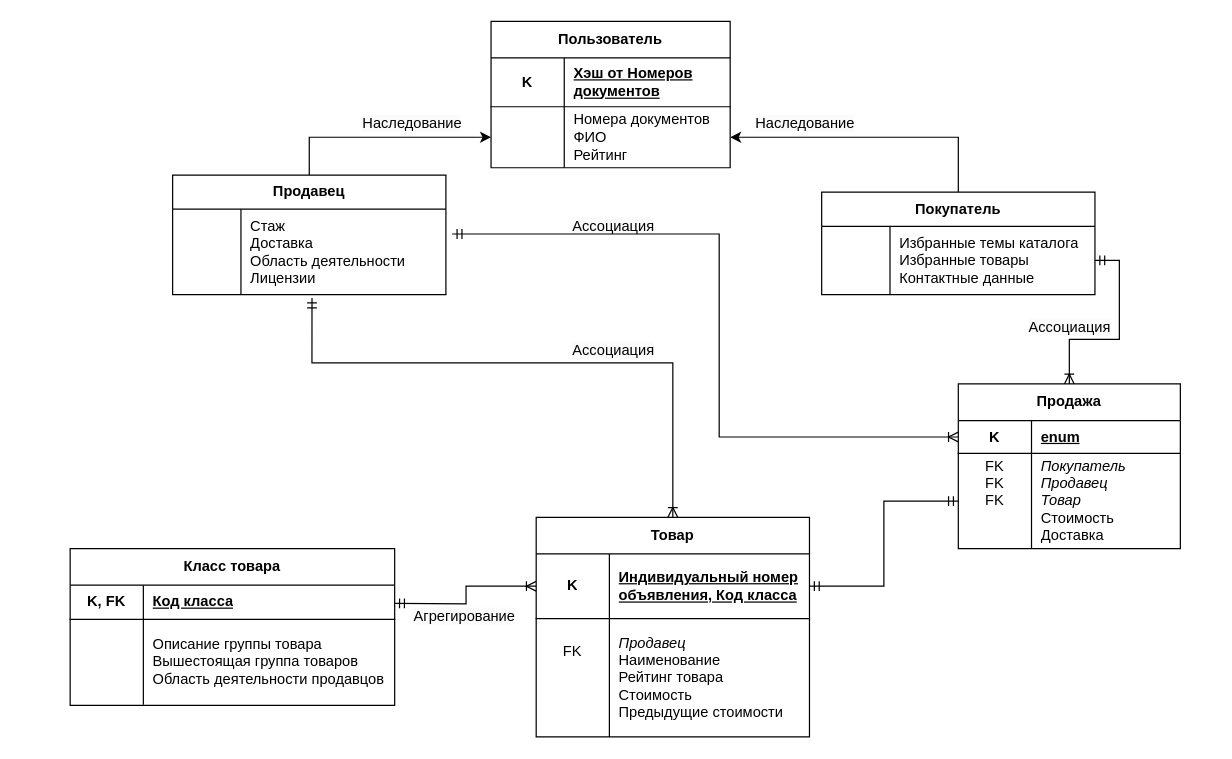
The draw.io diagram page "Страница — 2" (2 of 2) of Диаграмма без названия.drawio in Djuckman/Compilers2, before the edit. Source tidied: cells renumbered, new cells numbered last; positions are measured from the earlier drawing's top-left corner, leaving out a move shared by most shapes. Both pictures are drawn from the tidied source at 122%, with x=0, y=0 at pixel (70, 21).
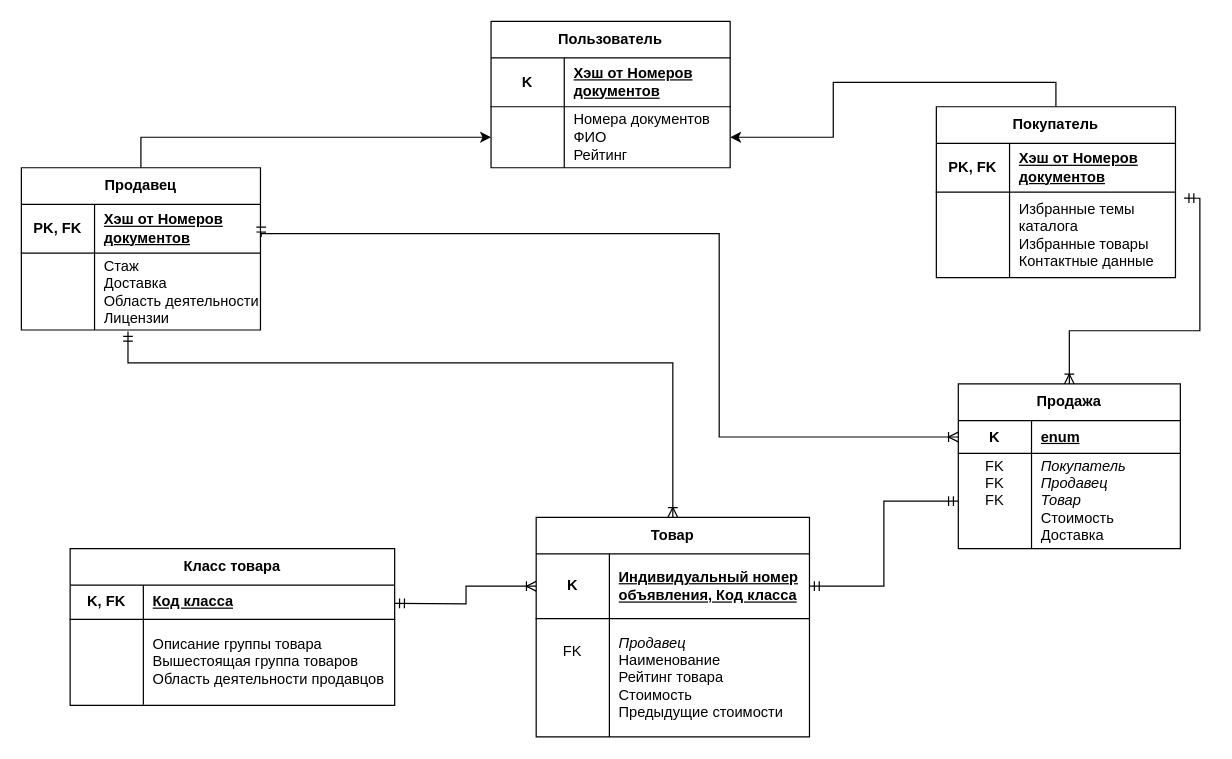
The same page after the edit.

The change refers to these unchanged cells:
```xml
<mxCell id="6" style="shape=tableRow;horizontal=0;startSize=0;swimlaneHead=0;swimlaneBody=0;fillColor=none;points=[[0,0.5],[1,0.5]];portConstraint=eastwest;top=0;left=0;right=0;bottom=0;html=1;" parent="2" vertex="1">
  <mxGeometry y="70" width="196" height="50" as="geometry" />
</mxCell>
<mxCell id="24" value="Продажа" style="shape=table;startSize=30;childLayout=tableLayout;rowLines=0;fontStyle=1;align=center;html=1;whiteSpace=wrap;" parent="1" vertex="1">
  <mxGeometry x="728" y="297.2" width="182" height="135" as="geometry" />
</mxCell>
<mxCell id="25" style="shape=tableRow;horizontal=0;startSize=0;swimlaneHead=0;swimlaneBody=0;fillColor=none;points=[[0,0.5],[1,0.5]];portConstraint=eastwest;top=0;left=0;right=0;bottom=1;html=1;" parent="24" vertex="1">
  <mxGeometry y="30" width="182" height="27" as="geometry" />
</mxCell>
<mxCell id="32" value="Товар" style="shape=table;startSize=30;childLayout=tableLayout;rowLines=0;fontStyle=1;align=center;html=1;whiteSpace=wrap;" parent="1" vertex="1">
  <mxGeometry x="382" y="406.5" width="224" height="180" as="geometry" />
</mxCell>
```

Change to the diagram source:
```diff
@@
-    <mxCell id="10" value="Покупатель" style="shape=table;startSize=28;childLayout=tableLayout;rowLines=0;fontStyle=1;align=center;html=1;whiteSpace=wrap;" parent="1" vertex="1">
-      <mxGeometry x="616" y="140" width="224" height="84" as="geometry" />
-    </mxCell>
-    <mxCell id="11" style="shape=tableRow;horizontal=0;startSize=0;swimlaneHead=0;swimlaneBody=0;fillColor=none;points=[[0,0.5],[1,0.5]];portConstraint=eastwest;top=0;left=0;right=0;bottom=0;html=1;" parent="10" vertex="1">
-      <mxGeometry y="28" width="224" height="56" as="geometry" />
-    </mxCell>
-    <mxCell id="12" style="shape=partialRectangle;fillColor=none;top=0;left=0;bottom=0;right=0;overflow=hidden;html=1;whiteSpace=wrap;" parent="11" vertex="1">
-      <mxGeometry width="56" height="56" as="geometry" />
-    </mxCell>
-    <mxCell id="13" value="&lt;div&gt;Избранные темы каталога&lt;br&gt;&lt;/div&gt;Избранные товары&lt;div&gt;&lt;div&gt;Контактные данные&lt;/div&gt;&lt;/div&gt;" style="shape=partialRectangle;fillColor=none;top=0;left=0;bottom=0;right=0;align=left;spacingLeft=6;overflow=hidden;html=1;whiteSpace=wrap;" parent="11" vertex="1">
-      <mxGeometry x="56" width="168" height="56" as="geometry" />
-    </mxCell>
-    <mxCell id="14" value="Продавец" style="shape=table;startSize=28;childLayout=tableLayout;rowLines=0;fontStyle=1;align=center;html=1;whiteSpace=wrap;" parent="1" vertex="1">
-      <mxGeometry x="84" y="126" width="224" height="98" as="geometry" />
-    </mxCell>
-    <mxCell id="15" style="shape=tableRow;horizontal=0;startSize=0;swimlaneHead=0;swimlaneBody=0;fillColor=none;points=[[0,0.5],[1,0.5]];portConstraint=eastwest;top=0;left=0;right=0;bottom=0;html=1;" parent="14" vertex="1">
-      <mxGeometry y="28" width="224" height="70" as="geometry" />
-    </mxCell>
-    <mxCell id="16" style="shape=partialRectangle;fillColor=none;top=0;left=0;bottom=0;right=0;overflow=hidden;html=1;whiteSpace=wrap;" parent="15" vertex="1">
-      <mxGeometry width="56" height="70" as="geometry" />
-    </mxCell>
-    <mxCell id="17" value="Стаж&lt;div&gt;&lt;div&gt;Доставка&lt;/div&gt;&lt;/div&gt;&lt;div&gt;Область деятельности&lt;/div&gt;&lt;div&gt;Лицензии&lt;/div&gt;" style="shape=partialRectangle;fillColor=none;top=0;left=0;bottom=0;right=0;align=left;spacingLeft=6;overflow=hidden;html=1;whiteSpace=wrap;" parent="15" vertex="1">
-      <mxGeometry x="56" width="168" height="70" as="geometry" />
-    </mxCell>
@@
-    <mxCell id="20" value="&lt;span style=&quot;color: rgb(0, 0, 0); font-family: Helvetica; font-size: 12px; font-style: normal; font-variant-ligatures: normal; font-variant-caps: normal; font-weight: 400; letter-spacing: normal; orphans: 2; text-align: left; text-indent: 0px; text-transform: none; widows: 2; word-spacing: 0px; -webkit-text-stroke-width: 0px; white-space: normal; background-color: rgb(251, 251, 251); text-decoration-thickness: initial; text-decoration-style: initial; text-decoration-color: initial; display: inline !important; float: none;&quot;&gt;Наследование&lt;/span&gt;" style="text;whiteSpace=wrap;html=1;" parent="1" vertex="1">
-      <mxGeometry x="560" y="70" width="84" height="28" as="geometry" />
-    </mxCell>
-    <mxCell id="21" style="edgeStyle=orthogonalEdgeStyle;rounded=0;jettySize=auto;html=1;exitX=0.5;exitY=0;exitDx=0;exitDy=0;entryX=0;entryY=0.5;entryDx=0;entryDy=0;" parent="1" edge="1" source="14" target="6">
+    <mxCell id="21" style="edgeStyle=orthogonalEdgeStyle;rounded=0;jettySize=auto;html=1;entryX=0;entryY=0.5;entryDx=0;entryDy=0;exitX=0.5;exitY=0;exitDx=0;exitDy=0;" parent="1" edge="1" source="14" target="6">
       <mxGeometry relative="1" as="geometry" />
     </mxCell>
-    <mxCell id="22" value="&lt;span style=&quot;color: rgb(0, 0, 0); font-family: Helvetica; font-size: 12px; font-style: normal; font-variant-ligatures: normal; font-variant-caps: normal; font-weight: 400; letter-spacing: normal; orphans: 2; text-align: left; text-indent: 0px; text-transform: none; widows: 2; word-spacing: 0px; -webkit-text-stroke-width: 0px; white-space: normal; background-color: rgb(251, 251, 251); text-decoration-thickness: initial; text-decoration-style: initial; text-decoration-color: initial; display: inline !important; float: none;&quot;&gt;Наследование&lt;/span&gt;" style="text;whiteSpace=wrap;html=1;" parent="1" vertex="1">
-      <mxGeometry x="238" y="70" width="84" height="28" as="geometry" />
-    </mxCell>
-    <mxCell id="23" style="edgeStyle=orthogonalEdgeStyle;rounded=0;jettySize=auto;html=1;exitX=0.5;exitY=0;exitDx=0;exitDy=0;entryX=1;entryY=0.5;entryDx=0;entryDy=0;startArrow=ERoneToMany;startFill=0;endArrow=ERmandOne;endFill=0;" parent="1" edge="1" source="24" target="11">
+    <mxCell id="23" style="edgeStyle=orthogonalEdgeStyle;rounded=0;jettySize=auto;html=1;exitX=0.5;exitY=0;exitDx=0;exitDy=0;startArrow=ERoneToMany;startFill=0;endArrow=ERmandOne;endFill=0;entryX=1.036;entryY=0.071;entryDx=0;entryDy=0;entryPerimeter=0;" parent="1" edge="1" source="24" target="62">
       <mxGeometry relative="1" as="geometry" />
     </mxCell>
@@
-    <mxCell id="46" value="&lt;span style=&quot;color: rgb(0, 0, 0); font-family: Helvetica; font-size: 12px; font-style: normal; font-variant-ligatures: normal; font-variant-caps: normal; font-weight: 400; letter-spacing: normal; orphans: 2; text-align: left; text-indent: 0px; text-transform: none; widows: 2; word-spacing: 0px; -webkit-text-stroke-width: 0px; white-space: normal; background-color: rgb(251, 251, 251); text-decoration-thickness: initial; text-decoration-style: initial; text-decoration-color: initial; display: inline !important; float: none;&quot;&gt;Агрегирование&lt;/span&gt;" style="text;whiteSpace=wrap;html=1;" parent="1" vertex="1">
-      <mxGeometry x="280" y="473.5" width="84" height="28" as="geometry" />
-    </mxCell>
-    <mxCell id="47" value="&lt;span style=&quot;color: rgb(0, 0, 0); font-family: Helvetica; font-size: 12px; font-style: normal; font-variant-ligatures: normal; font-variant-caps: normal; font-weight: 400; letter-spacing: normal; orphans: 2; text-align: left; text-indent: 0px; text-transform: none; widows: 2; word-spacing: 0px; -webkit-text-stroke-width: 0px; white-space: normal; background-color: rgb(251, 251, 251); text-decoration-thickness: initial; text-decoration-style: initial; text-decoration-color: initial; display: inline !important; float: none;&quot;&gt;Ассоциация&lt;/span&gt;" style="text;whiteSpace=wrap;html=1;" parent="1" vertex="1">
-      <mxGeometry x="410" y="154" width="84" height="28" as="geometry" />
-    </mxCell>
@@
-    <mxCell id="49" style="edgeStyle=orthogonalEdgeStyle;rounded=0;jettySize=auto;html=1;exitX=0.51;exitY=1.04;exitDx=0;exitDy=0;entryX=0.5;entryY=0;entryDx=0;entryDy=0;exitPerimeter=0;endArrow=ERoneToMany;endFill=0;startArrow=ERmandOne;startFill=0;" parent="1" edge="1" source="15" target="32">
+    <mxCell id="49" style="edgeStyle=orthogonalEdgeStyle;rounded=0;jettySize=auto;html=1;entryX=0.5;entryY=0;entryDx=0;entryDy=0;endArrow=ERoneToMany;endFill=0;startArrow=ERmandOne;startFill=0;exitX=0.446;exitY=1.019;exitDx=0;exitDy=0;exitPerimeter=0;" parent="1" edge="1" source="57" target="32">
       <mxGeometry relative="1" as="geometry">
         <Array as="points">
-          <mxPoint x="198" y="280" />
+          <mxPoint x="47" y="280" />
           <mxPoint x="494" y="280" />
         </Array>
       </mxGeometry>
     </mxCell>
-    <mxCell id="50" style="edgeStyle=orthogonalEdgeStyle;rounded=0;jettySize=auto;html=1;exitX=0;exitY=0.5;exitDx=0;exitDy=0;entryX=1.023;entryY=0.29;entryDx=0;entryDy=0;entryPerimeter=0;endArrow=ERmandOne;endFill=0;startArrow=ERoneToMany;startFill=0;" parent="1" edge="1" source="25" target="15">
+    <mxCell id="50" style="edgeStyle=orthogonalEdgeStyle;rounded=0;jettySize=auto;html=1;exitX=0;exitY=0.5;exitDx=0;exitDy=0;endArrow=ERmandOne;endFill=0;startArrow=ERoneToMany;startFill=0;entryX=1.003;entryY=0.667;entryDx=0;entryDy=0;entryPerimeter=0;" parent="1" edge="1" source="25" target="54">
       <mxGeometry relative="1" as="geometry">
         <Array as="points">
           <mxPoint x="532" y="341" />
           <mxPoint x="532" y="174" />
+          <mxPoint x="157" y="174" />
         </Array>
       </mxGeometry>
     </mxCell>
@@
-    <mxCell id="52" value="&lt;span style=&quot;color: rgb(0, 0, 0); font-family: Helvetica; font-size: 12px; font-style: normal; font-variant-ligatures: normal; font-variant-caps: normal; font-weight: 400; letter-spacing: normal; orphans: 2; text-align: left; text-indent: 0px; text-transform: none; widows: 2; word-spacing: 0px; -webkit-text-stroke-width: 0px; white-space: normal; background-color: rgb(251, 251, 251); text-decoration-thickness: initial; text-decoration-style: initial; text-decoration-color: initial; display: inline !important; float: none;&quot;&gt;Ассоциация&lt;/span&gt;" style="text;whiteSpace=wrap;html=1;" parent="1" vertex="1">
-      <mxGeometry x="784" y="237" width="84" height="28" as="geometry" />
-    </mxCell>
-    <mxCell id="53" value="&lt;span style=&quot;color: rgb(0, 0, 0); font-family: Helvetica; font-size: 12px; font-style: normal; font-variant-ligatures: normal; font-variant-caps: normal; font-weight: 400; letter-spacing: normal; orphans: 2; text-align: left; text-indent: 0px; text-transform: none; widows: 2; word-spacing: 0px; -webkit-text-stroke-width: 0px; white-space: normal; background-color: rgb(251, 251, 251); text-decoration-thickness: initial; text-decoration-style: initial; text-decoration-color: initial; display: inline !important; float: none;&quot;&gt;Ассоциация&lt;/span&gt;" style="text;whiteSpace=wrap;html=1;" parent="1" vertex="1">
-      <mxGeometry x="410" y="256" width="84" height="28" as="geometry" />
-    </mxCell>
+    <mxCell id="14" value="Продавец" style="shape=table;startSize=30;childLayout=tableLayout;rowLines=0;fontStyle=1;align=center;html=1;whiteSpace=wrap;" parent="1" vertex="1">
+      <mxGeometry x="-40" y="120" width="196" height="133" as="geometry" />
+    </mxCell>
+    <mxCell id="54" style="shape=tableRow;horizontal=0;startSize=0;swimlaneHead=0;swimlaneBody=0;fillColor=none;points=[[0,0.5],[1,0.5]];portConstraint=eastwest;top=0;left=0;right=0;bottom=1;html=1;" parent="14" vertex="1">
+      <mxGeometry y="30" width="196" height="40" as="geometry" />
+    </mxCell>
+    <mxCell id="55" value="PK, FK" style="shape=partialRectangle;fillColor=none;top=0;left=0;bottom=0;right=0;fontStyle=1;overflow=hidden;html=1;whiteSpace=wrap;" parent="54" vertex="1">
+      <mxGeometry width="60" height="40" as="geometry" />
+    </mxCell>
+    <mxCell id="56" value="Хэш от Номеров документов" style="shape=partialRectangle;fillColor=none;top=0;left=0;bottom=0;right=0;align=left;spacingLeft=6;fontStyle=5;overflow=hidden;html=1;whiteSpace=wrap;" parent="54" vertex="1">
+      <mxGeometry x="60" width="136" height="40" as="geometry" />
+    </mxCell>
+    <mxCell id="57" style="shape=tableRow;horizontal=0;startSize=0;swimlaneHead=0;swimlaneBody=0;fillColor=none;points=[[0,0.5],[1,0.5]];portConstraint=eastwest;top=0;left=0;right=0;bottom=0;html=1;" parent="14" vertex="1">
+      <mxGeometry y="70" width="196" height="63" as="geometry" />
+    </mxCell>
+    <mxCell id="58" style="shape=partialRectangle;fillColor=none;top=0;left=0;bottom=0;right=0;overflow=hidden;html=1;whiteSpace=wrap;" parent="57" vertex="1">
+      <mxGeometry width="60" height="63" as="geometry" />
+    </mxCell>
+    <mxCell id="17" value="Стаж&lt;div&gt;Доставка&lt;/div&gt;&lt;div&gt;Область деятельности&lt;/div&gt;&lt;div&gt;Лицензии&lt;/div&gt;&lt;div&gt;&lt;/div&gt;" style="shape=partialRectangle;fillColor=none;top=0;left=0;bottom=0;right=0;align=left;spacingLeft=6;overflow=hidden;html=1;whiteSpace=wrap;" parent="57" vertex="1">
+      <mxGeometry x="60" width="136" height="63" as="geometry" />
+    </mxCell>
+    <mxCell id="10" value="Покупатель" style="shape=table;startSize=30;childLayout=tableLayout;rowLines=0;fontStyle=1;align=center;html=1;whiteSpace=wrap;" parent="1" vertex="1">
+      <mxGeometry x="710" y="70" width="196" height="140" as="geometry" />
+    </mxCell>
+    <mxCell id="59" style="shape=tableRow;horizontal=0;startSize=0;swimlaneHead=0;swimlaneBody=0;fillColor=none;top=0;left=0;right=0;bottom=1;html=1;" parent="10" vertex="1">
+      <mxGeometry y="30" width="196" height="40" as="geometry" />
+    </mxCell>
+    <mxCell id="60" value="PK, FK" style="shape=partialRectangle;fillColor=none;top=0;left=0;bottom=0;right=0;fontStyle=1;overflow=hidden;html=1;whiteSpace=wrap;" parent="59" vertex="1">
+      <mxGeometry width="60" height="40" as="geometry" />
+    </mxCell>
+    <mxCell id="61" value="Хэш от Номеров документов" style="shape=partialRectangle;fillColor=none;top=0;left=0;bottom=0;right=0;align=left;spacingLeft=6;fontStyle=5;overflow=hidden;html=1;whiteSpace=wrap;" parent="59" vertex="1">
+      <mxGeometry x="60" width="136" height="40" as="geometry" />
+    </mxCell>
+    <mxCell id="62" style="shape=tableRow;horizontal=0;startSize=0;swimlaneHead=0;swimlaneBody=0;fillColor=none;points=[[0,0.5],[1,0.5]];portConstraint=eastwest;top=0;left=0;right=0;bottom=0;html=1;" parent="10" vertex="1">
+      <mxGeometry y="70" width="196" height="70" as="geometry" />
+    </mxCell>
+    <mxCell id="63" style="shape=partialRectangle;fillColor=none;top=0;left=0;bottom=0;right=0;overflow=hidden;html=1;whiteSpace=wrap;" parent="62" vertex="1">
+      <mxGeometry width="60" height="70" as="geometry" />
+    </mxCell>
+    <mxCell id="13" value="&lt;div&gt;Избранные темы каталога&lt;br&gt;&lt;/div&gt;Избранные товары&lt;div&gt;Контактные данные&lt;/div&gt;&lt;div&gt;&lt;/div&gt;" style="shape=partialRectangle;fillColor=none;top=0;left=0;bottom=0;right=0;align=left;spacingLeft=6;overflow=hidden;html=1;whiteSpace=wrap;" parent="62" vertex="1">
+      <mxGeometry x="60" width="136" height="70" as="geometry" />
+    </mxCell>
```
